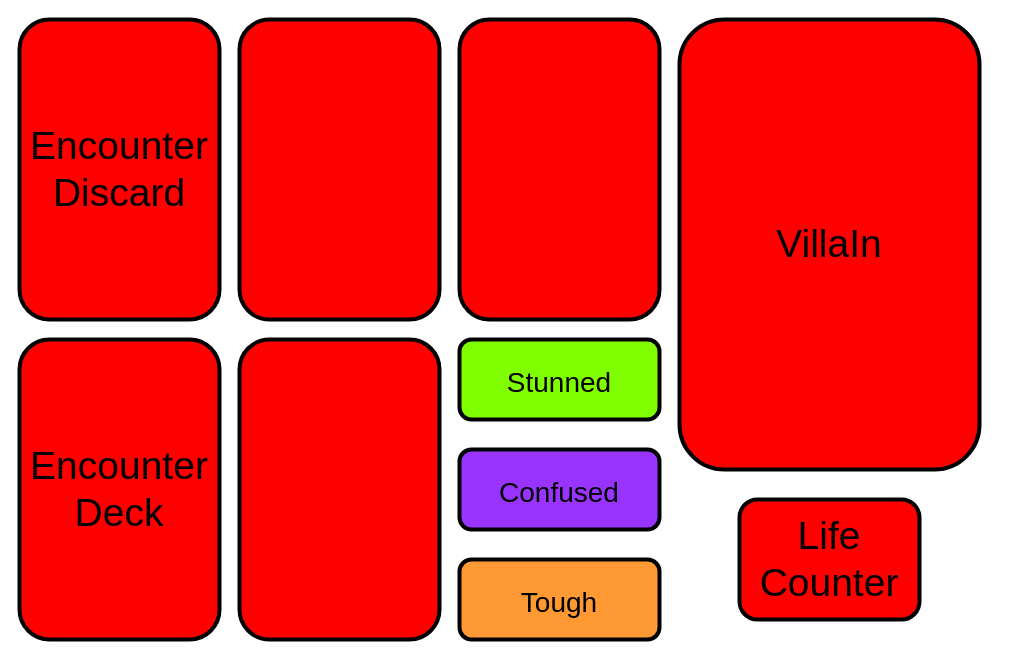
This is wireframes/Encounter Mat.drawio from funkymonkeymonk/tts-marvel-champions-automated, a draw.io file, before an edit. Source tidied: cells renumbered, new cells numbered last; positions are measured from the earlier drawing's top-left corner, leaving out a move shared by most shapes. Both pictures are drawn from the tidied source at 100%, with x=0, y=0 at pixel (19, 19).
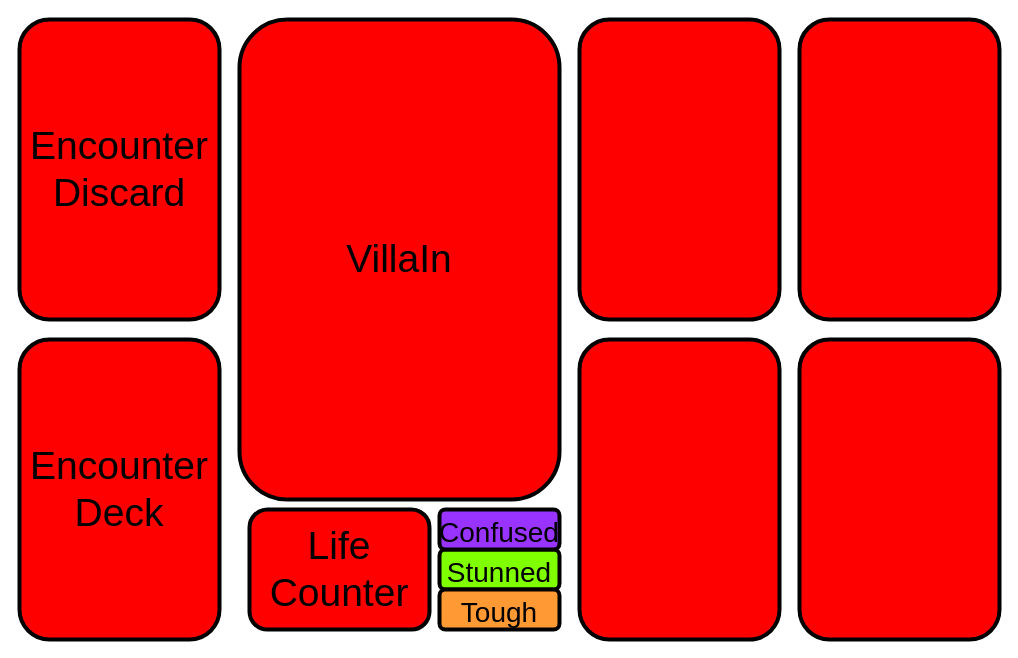
The same page after the edit.

Commit message:
Move villain to center to remove potential encounter discard confusion

The edit, as a diff of the source:
```diff
@@
 <mxGraphModel>
   <root>
     <mxCell id="0" />
     <mxCell id="1" parent="0" />
     <mxCell id="2" value="Encounter Deck" style="rounded=1;whiteSpace=wrap;html=1;fontFamily=Bangers;FType=g;fontSize=39;fillColor=#FF0000;strokeWidth=4;shadow=0;comic=0;glass=0;" parent="1" vertex="1">
       <mxGeometry y="320" width="200" height="300" as="geometry" />
     </mxCell>
     <mxCell id="3" value="Encounter Discard" style="rounded=1;whiteSpace=wrap;html=1;fontFamily=Bangers;FType=g;fontSize=39;fillColor=#FF0000;strokeWidth=4;shadow=0;comic=0;glass=0;" parent="1" vertex="1">
       <mxGeometry width="200" height="300" as="geometry" />
     </mxCell>
     <mxCell id="4" value="VillaIn" style="rounded=1;whiteSpace=wrap;html=1;fontFamily=Bangers;FType=g;fontSize=39;fillColor=#FF0000;strokeWidth=4;shadow=0;comic=0;glass=0;" parent="1" vertex="1">
-      <mxGeometry x="660" width="300" height="450" as="geometry" />
+      <mxGeometry x="220" width="320" height="480" as="geometry" />
     </mxCell>
     <mxCell id="5" value="Life Counter" style="rounded=1;whiteSpace=wrap;html=1;fontFamily=Bangers;FType=g;fontSize=39;fillColor=#FF0000;strokeWidth=4;shadow=0;comic=0;glass=0;" parent="1" vertex="1">
-      <mxGeometry x="720" y="480" width="180" height="120" as="geometry" />
+      <mxGeometry x="230" y="490" width="180" height="120" as="geometry" />
     </mxCell>
     <mxCell id="6" style="rounded=1;whiteSpace=wrap;html=1;fontFamily=Bangers;FType=g;fontSize=39;fillColor=#FF0000;strokeWidth=4;shadow=0;comic=0;glass=0;" parent="1" vertex="1">
-      <mxGeometry x="440" width="200" height="300" as="geometry" />
+      <mxGeometry x="560" width="200" height="300" as="geometry" />
     </mxCell>
     <mxCell id="7" style="rounded=1;whiteSpace=wrap;html=1;fontFamily=Bangers;FType=g;fontSize=39;fillColor=#FF0000;strokeWidth=4;shadow=0;comic=0;glass=0;" parent="1" vertex="1">
-      <mxGeometry x="220" width="200" height="300" as="geometry" />
+      <mxGeometry x="780" width="200" height="300" as="geometry" />
     </mxCell>
     <mxCell id="8" style="rounded=1;whiteSpace=wrap;html=1;fontFamily=Bangers;FType=g;fontSize=39;fillColor=#FF0000;strokeWidth=4;shadow=0;comic=0;glass=0;" parent="1" vertex="1">
-      <mxGeometry x="220" y="320" width="200" height="300" as="geometry" />
+      <mxGeometry x="780" y="320" width="200" height="300" as="geometry" />
     </mxCell>
     <mxCell id="9" value="&lt;font style=&quot;font-size: 28px&quot;&gt;Stunned&lt;/font&gt;" style="rounded=1;whiteSpace=wrap;html=1;fontFamily=Bangers;FType=g;fontSize=39;fillColor=#80FF00;strokeWidth=4;shadow=0;comic=0;glass=0;" parent="1" vertex="1">
-      <mxGeometry x="440" y="320" width="200" height="80" as="geometry" />
+      <mxGeometry x="420" y="530" width="120" height="40" as="geometry" />
     </mxCell>
     <mxCell id="10" value="&lt;font style=&quot;font-size: 28px&quot;&gt;Confused&lt;/font&gt;" style="rounded=1;whiteSpace=wrap;html=1;fontFamily=Bangers;FType=g;fontSize=39;fillColor=#9933FF;strokeWidth=4;shadow=0;comic=0;glass=0;" parent="1" vertex="1">
-      <mxGeometry x="440" y="430" width="200" height="80" as="geometry" />
+      <mxGeometry x="420" y="490" width="120" height="40" as="geometry" />
     </mxCell>
     <mxCell id="11" value="&lt;font style=&quot;font-size: 28px&quot;&gt;Tough&lt;/font&gt;" style="rounded=1;whiteSpace=wrap;html=1;fontFamily=Bangers;FType=g;fontSize=39;fillColor=#FF9933;strokeWidth=4;shadow=0;comic=0;glass=0;" parent="1" vertex="1">
-      <mxGeometry x="440" y="540" width="200" height="80" as="geometry" />
+      <mxGeometry x="420" y="570" width="120" height="40" as="geometry" />
     </mxCell>
+    <mxCell id="12" style="rounded=1;whiteSpace=wrap;html=1;fontFamily=Bangers;FType=g;fontSize=39;fillColor=#FF0000;strokeWidth=4;shadow=0;comic=0;glass=0;" parent="1" vertex="1">
+      <mxGeometry x="560" y="320" width="200" height="300" as="geometry" />
+    </mxCell>
   </root>
 </mxGraphModel>
```
